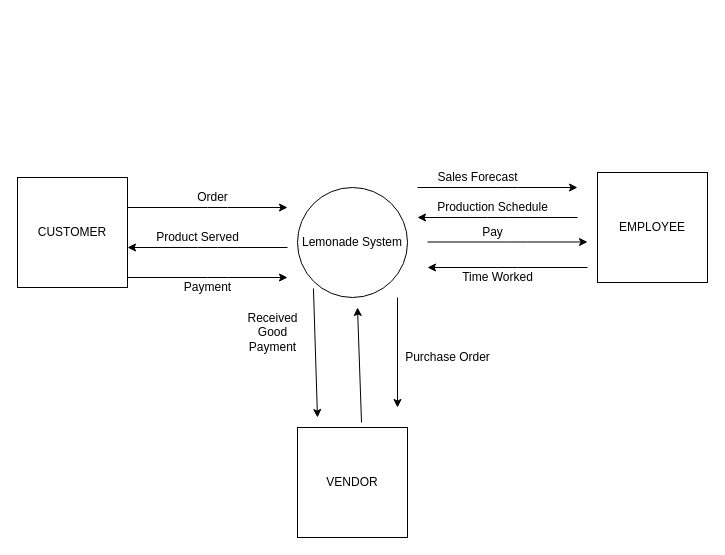
This is Untitled Diagram.drawio from SudipAdh/software-engineering-visio, a draw.io file, before an edit. Source tidied: cells renumbered, new cells numbered last; positions are measured from the earlier drawing's top-left corner, leaving out a move shared by most shapes. Both pictures are drawn from the tidied source at 100%, with x=0, y=0 at pixel (17, 167).
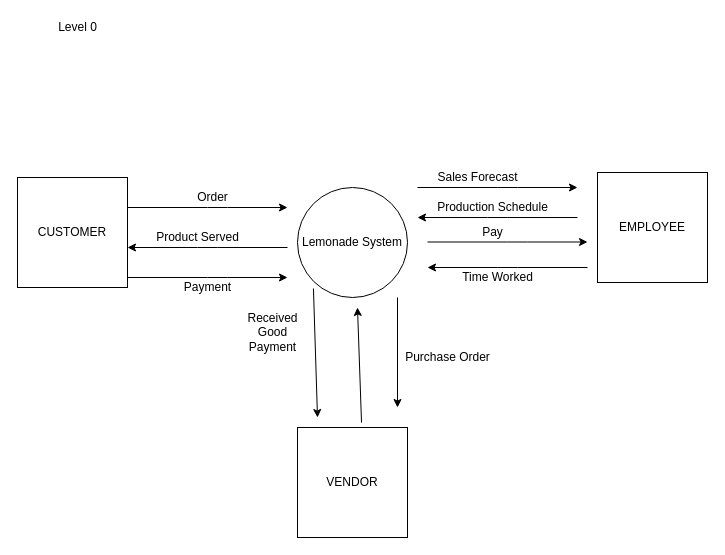
Above is the later version.

Diff of the diagram source:
```diff
@@
+    <mxCell id="25" value="Level 0" style="text;html=1;align=center;verticalAlign=middle;strokeColor=none;" parent="1" vertex="1">
+      <mxGeometry x="35" y="-150" width="50" height="20" as="geometry" />
+    </mxCell>
```
